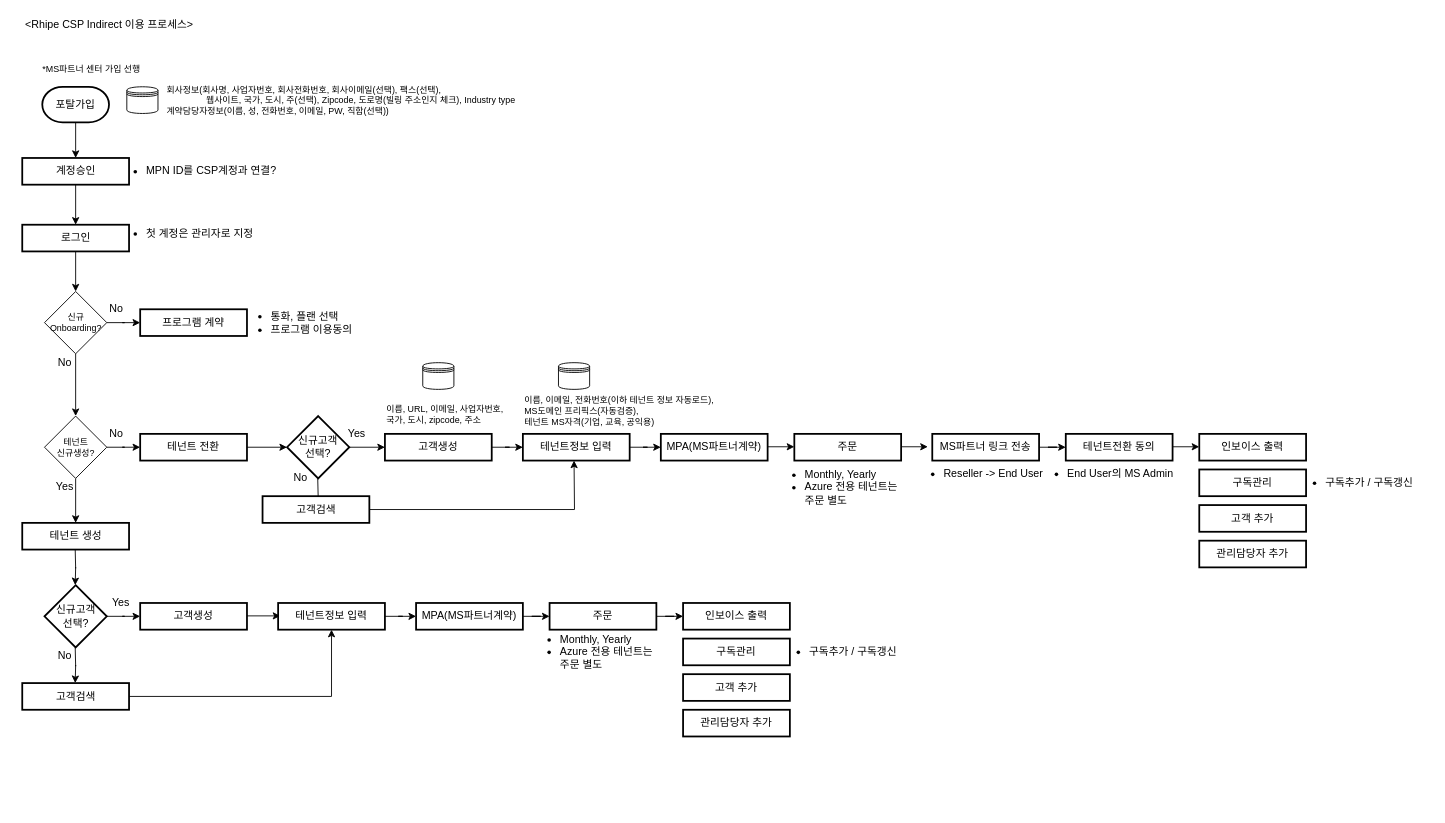
Earlier version of the draw.io diagram Rhipe Flow.drawio (Lucidhomme/TIL). Source tidied: cells renumbered, new cells numbered last; positions are measured from the earlier drawing's top-left corner, leaving out a move shared by most shapes. Both pictures are drawn from the tidied source at 89%, with x=0, y=0 at pixel (15, 15).
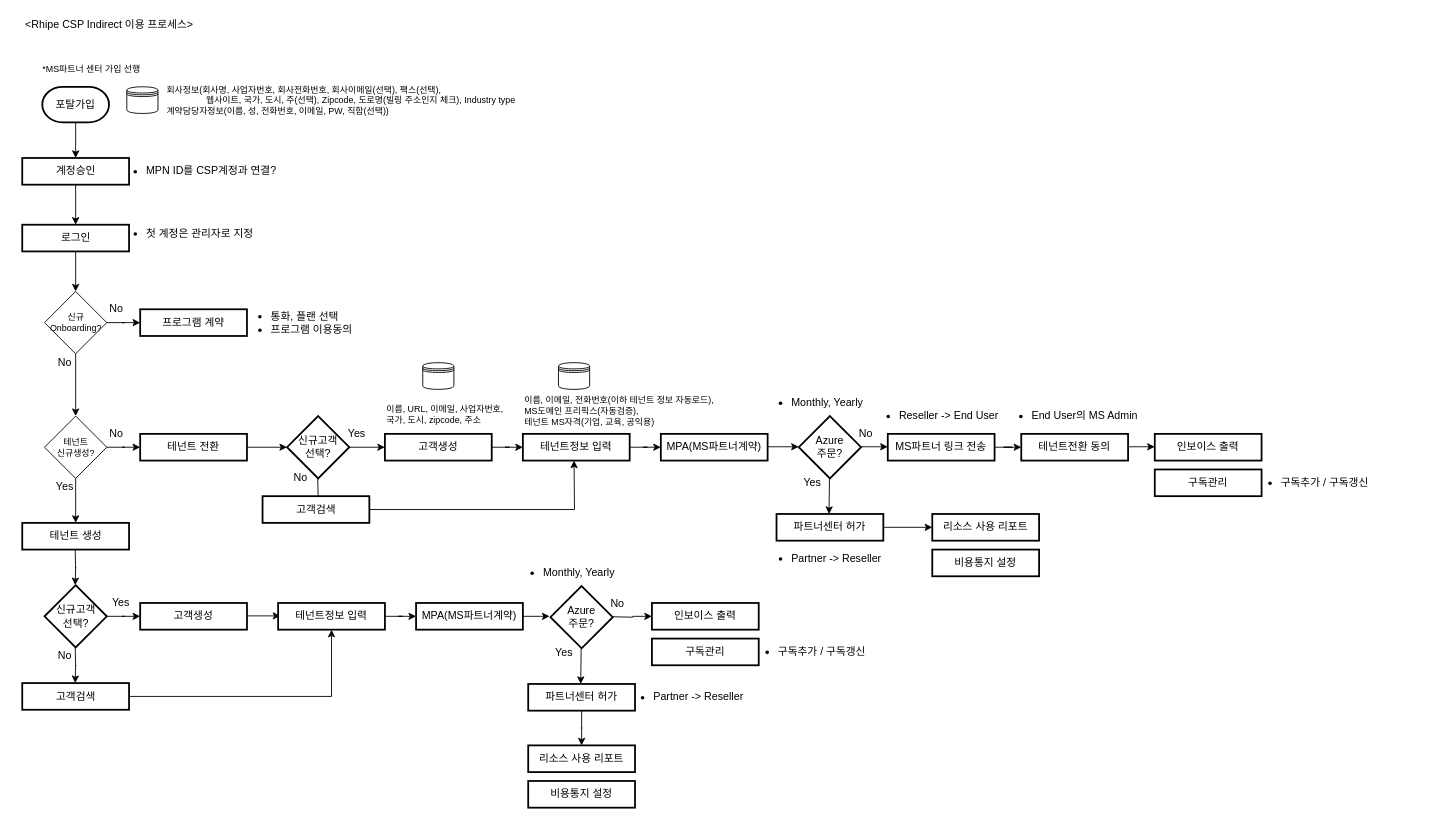
The same diagram, later.

The change refers to these unchanged cells:
```xml
<mxCell id="20" value="MPA(MS파트너계약)" style="whiteSpace=wrap;html=1;strokeWidth=2;" parent="1" vertex="1">
  <mxGeometry x="450" y="660" width="120" height="30" as="geometry" />
</mxCell>
```

The edit, as a diff of the source:
```diff
@@
-    <mxCell id="13" value="인보이스 출력" style="whiteSpace=wrap;html=1;strokeWidth=2;" parent="1" vertex="1">
-      <mxGeometry x="750" y="660" width="120" height="30" as="geometry" />
-    </mxCell>
-    <mxCell id="14" value="고객 추가" style="whiteSpace=wrap;html=1;strokeWidth=2;" parent="1" vertex="1">
-      <mxGeometry x="750" y="740" width="120" height="30" as="geometry" />
-    </mxCell>
@@
-    <mxCell id="19" style="edgeStyle=orthogonalEdgeStyle;rounded=0;jettySize=auto;html=1;" parent="1" edge="1" source="20" target="33">
-      <mxGeometry relative="1" as="geometry" />
+    <mxCell id="19" style="edgeStyle=orthogonalEdgeStyle;rounded=0;jettySize=auto;html=1;" parent="1" edge="1" source="20">
+      <mxGeometry relative="1" as="geometry">
+        <mxPoint x="600" y="675" as="targetPoint" />
+      </mxGeometry>
     </mxCell>
@@
-    <mxCell id="32" style="edgeStyle=orthogonalEdgeStyle;rounded=0;jettySize=auto;html=1;" parent="1" edge="1" source="33" target="13">
-      <mxGeometry relative="1" as="geometry" />
-    </mxCell>
-    <mxCell id="33" value="주문" style="whiteSpace=wrap;html=1;strokeWidth=2;" parent="1" vertex="1">
-      <mxGeometry x="600" y="660" width="120" height="30" as="geometry" />
-    </mxCell>
-    <mxCell id="34" value="&lt;ul&gt;&lt;li&gt;Monthly, Yearly&lt;/li&gt;&lt;li&gt;Azure 전용 테넌트는 &lt;br&gt;주문 별도&lt;/li&gt;&lt;/ul&gt;" style="text;html=1;align=left;verticalAlign=middle;fillColor=none;strokeColor=none;rounded=0;" parent="1" vertex="1">
-      <mxGeometry x="570" y="680" width="170" height="70" as="geometry" />
-    </mxCell>
@@
-    <mxCell id="50" value="주문" style="whiteSpace=wrap;html=1;strokeWidth=2;" parent="1" vertex="1">
-      <mxGeometry x="875" y="470" width="120" height="30" as="geometry" />
-    </mxCell>
-    <mxCell id="51" value="&lt;ul&gt;&lt;li&gt;Monthly, Yearly&lt;/li&gt;&lt;li&gt;Azure 전용 테넌트는 &lt;br&gt;주문 별도&lt;/li&gt;&lt;/ul&gt;" style="text;html=1;align=left;verticalAlign=middle;fillColor=none;strokeColor=none;rounded=0;" parent="1" vertex="1">
-      <mxGeometry x="845" y="495" width="170" height="70" as="geometry" />
+    <mxCell id="51" value="&lt;ul&gt;&lt;li&gt;Monthly, Yearly&lt;/li&gt;&lt;/ul&gt;" style="text;html=1;align=left;verticalAlign=middle;fillColor=none;strokeColor=none;rounded=0;" parent="1" vertex="1">
+      <mxGeometry x="830" y="415" width="140" height="40" as="geometry" />
     </mxCell>
@@
-    <mxCell id="58" style="edgeStyle=orthogonalEdgeStyle;rounded=0;orthogonalLoop=1;jettySize=auto;html=1;" parent="1" edge="1">
+    <mxCell id="58" style="edgeStyle=orthogonalEdgeStyle;rounded=0;jettySize=auto;html=1;entryX=0;entryY=0.486;entryDx=0;entryDy=0;entryPerimeter=0;" parent="1" edge="1" target="82">
       <mxGeometry relative="1" as="geometry">
         <mxPoint x="845" y="484.5" as="sourcePoint" />
-        <mxPoint x="875" y="484.5" as="targetPoint" />
       </mxGeometry>
     </mxCell>
@@
     <mxCell id="60" value="테넌트전환 동의" style="whiteSpace=wrap;html=1;strokeWidth=2;" parent="1" vertex="1">
-      <mxGeometry x="1180" y="470" width="120" height="30" as="geometry" />
+      <mxGeometry x="1130" y="470" width="120" height="30" as="geometry" />
     </mxCell>
     <mxCell id="61" value="&lt;ul&gt;&lt;li&gt;End User의 MS Admin&lt;/li&gt;&lt;/ul&gt;" style="text;html=1;align=left;verticalAlign=middle;fillColor=none;strokeColor=none;rounded=0;" parent="1" vertex="1">
-      <mxGeometry x="1140" y="495" width="180" height="40" as="geometry" />
+      <mxGeometry x="1100" y="430" width="180" height="40" as="geometry" />
     </mxCell>
     <mxCell id="62" style="edgeStyle=orthogonalEdgeStyle;rounded=0;orthogonalLoop=1;jettySize=auto;html=1;" parent="1" edge="1">
       <mxGeometry relative="1" as="geometry">
-        <mxPoint x="995" y="484.5" as="sourcePoint" />
-        <mxPoint x="1025" y="484.5" as="targetPoint" />
+        <mxPoint x="950" y="484.5" as="sourcePoint" />
+        <mxPoint x="980" y="484.5" as="targetPoint" />
       </mxGeometry>
     </mxCell>
@@
     <mxCell id="64" value="MS파트너 링크 전송" style="whiteSpace=wrap;html=1;strokeWidth=2;" parent="1" vertex="1">
-      <mxGeometry x="1030" y="470" width="120" height="30" as="geometry" />
+      <mxGeometry x="980" y="470" width="120" height="30" as="geometry" />
     </mxCell>
     <mxCell id="65" value="&lt;ul&gt;&lt;li&gt;Reseller -&amp;gt; End User&lt;/li&gt;&lt;/ul&gt;" style="text;html=1;align=left;verticalAlign=middle;fillColor=none;strokeColor=none;rounded=0;" parent="1" vertex="1">
-      <mxGeometry x="1001" y="495" width="170" height="40" as="geometry" />
+      <mxGeometry x="951" y="430" width="170" height="40" as="geometry" />
     </mxCell>
-    <mxCell id="66" value="관리담당자 추가" style="whiteSpace=wrap;html=1;strokeWidth=2;" parent="1" vertex="1">
-      <mxGeometry x="750" y="780" width="120" height="30" as="geometry" />
-    </mxCell>
-    <mxCell id="67" value="구독관리" style="whiteSpace=wrap;html=1;strokeWidth=2;" parent="1" vertex="1">
-      <mxGeometry x="750" y="700" width="120" height="30" as="geometry" />
-    </mxCell>
     <mxCell id="68" style="edgeStyle=orthogonalEdgeStyle;rounded=0;orthogonalLoop=1;jettySize=auto;html=1;fontSize=10;" parent="1" edge="1">
       <mxGeometry relative="1" as="geometry">
-        <mxPoint x="1300" y="484.5" as="sourcePoint" />
-        <mxPoint x="1330" y="484.5" as="targetPoint" />
+        <mxPoint x="1250" y="484.5" as="sourcePoint" />
+        <mxPoint x="1280" y="484.5" as="targetPoint" />
       </mxGeometry>
     </mxCell>
     <mxCell id="69" value="인보이스 출력" style="whiteSpace=wrap;html=1;strokeWidth=2;" parent="1" vertex="1">
-      <mxGeometry x="1330" y="470" width="120" height="30" as="geometry" />
+      <mxGeometry x="1280" y="470" width="120" height="30" as="geometry" />
     </mxCell>
-    <mxCell id="70" value="고객 추가" style="whiteSpace=wrap;html=1;strokeWidth=2;" parent="1" vertex="1">
-      <mxGeometry x="1330" y="550" width="120" height="30" as="geometry" />
-    </mxCell>
-    <mxCell id="71" value="관리담당자 추가" style="whiteSpace=wrap;html=1;strokeWidth=2;" parent="1" vertex="1">
-      <mxGeometry x="1330" y="590" width="120" height="30" as="geometry" />
-    </mxCell>
     <mxCell id="72" value="구독관리" style="whiteSpace=wrap;html=1;strokeWidth=2;" parent="1" vertex="1">
-      <mxGeometry x="1330" y="510" width="120" height="30" as="geometry" />
+      <mxGeometry x="1280" y="510" width="120" height="30" as="geometry" />
     </mxCell>
-    <mxCell id="73" value="&lt;ul&gt;&lt;li&gt;구독추가 / 구독갱신&lt;/li&gt;&lt;/ul&gt;" style="text;html=1;align=left;verticalAlign=middle;fillColor=none;strokeColor=none;rounded=0;" parent="1" vertex="1">
-      <mxGeometry x="850" y="695" width="160" height="40" as="geometry" />
-    </mxCell>
     <mxCell id="74" value="&lt;ul&gt;&lt;li&gt;구독추가 / 구독갱신&lt;/li&gt;&lt;/ul&gt;" style="text;html=1;align=left;verticalAlign=middle;fillColor=none;strokeColor=none;rounded=0;" parent="1" vertex="1">
-      <mxGeometry x="1430" y="505" width="160" height="40" as="geometry" />
+      <mxGeometry x="1380" y="505" width="160" height="40" as="geometry" />
     </mxCell>
@@
+    <mxCell id="82" value="Azure&lt;br&gt;주문?" style="strokeWidth=2;html=1;shape=mxgraph.flowchart.decision;whiteSpace=wrap;align=center;" parent="1" vertex="1">
+      <mxGeometry x="880" y="450" width="70" height="70" as="geometry" />
+    </mxCell>
+    <mxCell id="83" value="No" style="text;html=1;align=center;verticalAlign=middle;fillColor=none;strokeColor=none;rounded=0;" parent="1" vertex="1">
+      <mxGeometry x="940" y="460" width="30" height="20" as="geometry" />
+    </mxCell>
+    <mxCell id="84" value="Yes" style="text;html=1;align=center;verticalAlign=middle;fillColor=none;strokeColor=none;rounded=0;" parent="1" vertex="1">
+      <mxGeometry x="880" y="515" width="30" height="20" as="geometry" />
+    </mxCell>
+    <mxCell id="85" style="endArrow=classic;html=1;rounded=0;" parent="1" edge="1">
+      <mxGeometry relative="1" as="geometry">
+        <mxPoint x="914.5" y="520" as="sourcePoint" />
+        <mxPoint x="914" y="560" as="targetPoint" />
+      </mxGeometry>
+    </mxCell>
+    <mxCell id="86" style="edgeStyle=orthogonalEdgeStyle;rounded=0;jettySize=auto;html=1;entryX=0;entryY=0.5;entryDx=0;entryDy=0;" parent="1" edge="1" source="87" target="100">
+      <mxGeometry relative="1" as="geometry" />
+    </mxCell>
+    <mxCell id="87" value="파트너센터 허가" style="whiteSpace=wrap;html=1;strokeWidth=2;" parent="1" vertex="1">
+      <mxGeometry x="855" y="560" width="120" height="30" as="geometry" />
+    </mxCell>
+    <mxCell id="88" value="&lt;ul&gt;&lt;li&gt;Partner -&amp;gt; Reseller&lt;/li&gt;&lt;/ul&gt;" style="text;html=1;align=left;verticalAlign=middle;fillColor=none;strokeColor=none;rounded=0;" parent="1" vertex="1">
+      <mxGeometry x="830" y="590" width="160" height="40" as="geometry" />
+    </mxCell>
+    <mxCell id="89" value="&lt;ul&gt;&lt;li&gt;Monthly, Yearly&lt;/li&gt;&lt;/ul&gt;" style="text;html=1;align=left;verticalAlign=middle;fillColor=none;strokeColor=none;rounded=0;" parent="1" vertex="1">
+      <mxGeometry x="551" y="606" width="140" height="40" as="geometry" />
+    </mxCell>
+    <mxCell id="90" style="edgeStyle=orthogonalEdgeStyle;rounded=0;jettySize=auto;html=1;entryX=0;entryY=0.5;entryDx=0;entryDy=0;" parent="1" edge="1" target="13">
+      <mxGeometry relative="1" as="geometry">
+        <mxPoint x="671" y="675.5" as="sourcePoint" />
+      </mxGeometry>
+    </mxCell>
+    <mxCell id="13" value="인보이스 출력" style="whiteSpace=wrap;html=1;strokeWidth=2;" parent="1" vertex="1">
+      <mxGeometry x="715" y="660" width="120" height="30" as="geometry" />
+    </mxCell>
+    <mxCell id="67" value="구독관리" style="whiteSpace=wrap;html=1;strokeWidth=2;" parent="1" vertex="1">
+      <mxGeometry x="715" y="700" width="120" height="30" as="geometry" />
+    </mxCell>
+    <mxCell id="73" value="&lt;ul&gt;&lt;li&gt;구독추가 / 구독갱신&lt;/li&gt;&lt;/ul&gt;" style="text;html=1;align=left;verticalAlign=middle;fillColor=none;strokeColor=none;rounded=0;" parent="1" vertex="1">
+      <mxGeometry x="815" y="695" width="160" height="40" as="geometry" />
+    </mxCell>
+    <mxCell id="91" value="Azure&lt;br&gt;주문?" style="strokeWidth=2;html=1;shape=mxgraph.flowchart.decision;whiteSpace=wrap;align=center;" parent="1" vertex="1">
+      <mxGeometry x="601" y="641" width="70" height="70" as="geometry" />
+    </mxCell>
+    <mxCell id="92" value="No" style="text;html=1;align=center;verticalAlign=middle;fillColor=none;strokeColor=none;rounded=0;" parent="1" vertex="1">
+      <mxGeometry x="661" y="651" width="30" height="20" as="geometry" />
+    </mxCell>
+    <mxCell id="93" value="Yes" style="text;html=1;align=center;verticalAlign=middle;fillColor=none;strokeColor=none;rounded=0;" parent="1" vertex="1">
+      <mxGeometry x="601" y="706" width="30" height="20" as="geometry" />
+    </mxCell>
+    <mxCell id="94" style="endArrow=classic;html=1;rounded=0;" parent="1" edge="1">
+      <mxGeometry relative="1" as="geometry">
+        <mxPoint x="635.5" y="711" as="sourcePoint" />
+        <mxPoint x="635" y="751" as="targetPoint" />
+      </mxGeometry>
+    </mxCell>
+    <mxCell id="95" style="edgeStyle=orthogonalEdgeStyle;rounded=0;jettySize=auto;html=1;" parent="1" edge="1" source="96" target="98">
+      <mxGeometry relative="1" as="geometry" />
+    </mxCell>
+    <mxCell id="96" value="파트너센터 허가" style="whiteSpace=wrap;html=1;strokeWidth=2;" parent="1" vertex="1">
+      <mxGeometry x="576" y="751" width="120" height="30" as="geometry" />
+    </mxCell>
+    <mxCell id="97" value="&lt;ul&gt;&lt;li&gt;Partner -&amp;gt; Reseller&lt;/li&gt;&lt;/ul&gt;" style="text;html=1;align=left;verticalAlign=middle;fillColor=none;strokeColor=none;rounded=0;" parent="1" vertex="1">
+      <mxGeometry x="675" y="746" width="160" height="40" as="geometry" />
+    </mxCell>
+    <mxCell id="98" value="리소스 사용 리포트" style="whiteSpace=wrap;html=1;strokeWidth=2;" parent="1" vertex="1">
+      <mxGeometry x="576" y="820" width="120" height="30" as="geometry" />
+    </mxCell>
+    <mxCell id="99" value="비용통지 설정" style="whiteSpace=wrap;html=1;strokeWidth=2;" parent="1" vertex="1">
+      <mxGeometry x="576" y="860" width="120" height="30" as="geometry" />
+    </mxCell>
+    <mxCell id="100" value="리소스 사용 리포트" style="whiteSpace=wrap;html=1;strokeWidth=2;" parent="1" vertex="1">
+      <mxGeometry x="1030" y="560" width="120" height="30" as="geometry" />
+    </mxCell>
+    <mxCell id="101" value="비용통지 설정" style="whiteSpace=wrap;html=1;strokeWidth=2;" parent="1" vertex="1">
+      <mxGeometry x="1030" y="600" width="120" height="30" as="geometry" />
+    </mxCell>
```
